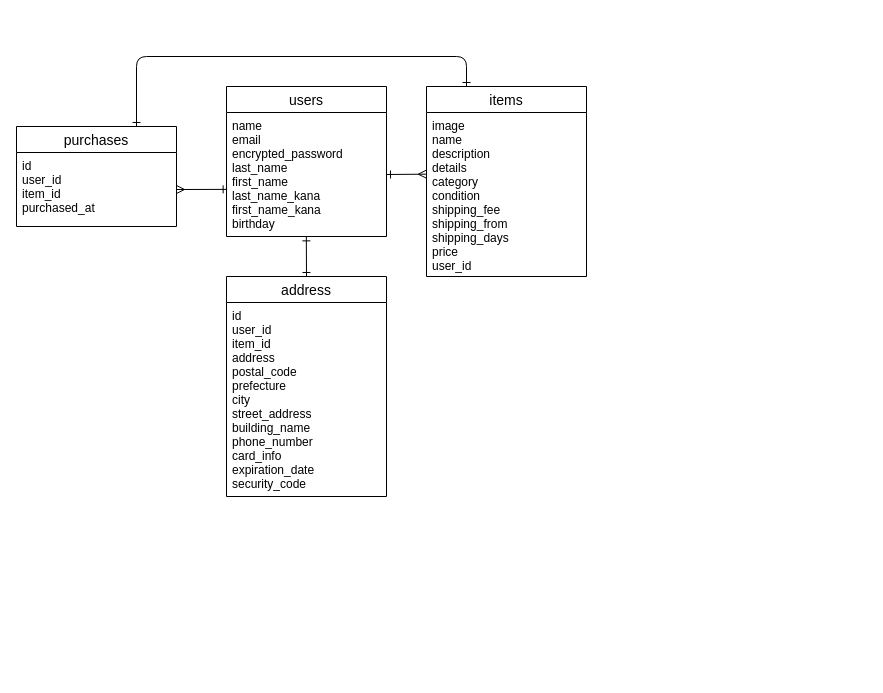
This is test.dio from sakimomo/furima-39901, a draw.io file, before an edit. Source tidied: cells renumbered, new cells numbered last; positions are measured from the earlier drawing's top-left corner, leaving out a move shared by most shapes. Both pictures are drawn from the tidied source at 100%, with x=0, y=0 at pixel (16, 56).
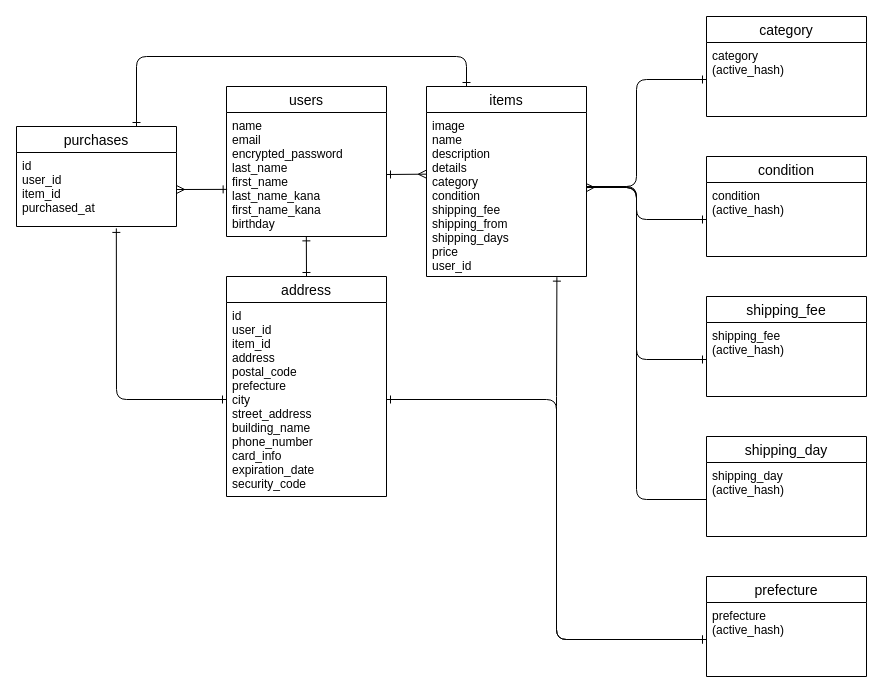
The same diagram, later.

Unchanged cells that the change refers to:
```xml
<mxCell id="5" value="image&#10;name&#10;description&#10;details&#10;category&#10;condition&#10;shipping_fee&#10;shipping_from&#10;shipping_days&#10;price&#10;user_id&#10;" style="text;strokeColor=none;fillColor=none;spacingLeft=4;spacingRight=4;overflow=hidden;points=[[0,0.5],[1,0.5]];portConstraint=eastwest;fontSize=12;" parent="4" vertex="1">
  <mxGeometry y="26" width="160" height="164" as="geometry" />
</mxCell>
<mxCell id="8" value="id&#10;user_id&#10;item_id&#10;purchased_at&#10;&#10;" style="text;strokeColor=none;fillColor=none;spacingLeft=4;spacingRight=4;overflow=hidden;points=[[0,0.5],[1,0.5]];portConstraint=eastwest;fontSize=12;" parent="7" vertex="1">
  <mxGeometry y="26" width="160" height="74" as="geometry" />
</mxCell>
<mxCell id="11" value="id&#10;user_id&#10;item_id&#10;address&#10;postal_code&#10;prefecture&#10;city&#10;street_address&#10;building_name&#10;phone_number&#10;card_info&#10;expiration_date&#10;security_code" style="text;strokeColor=none;fillColor=none;spacingLeft=4;spacingRight=4;overflow=hidden;points=[[0,0.5],[1,0.5]];portConstraint=eastwest;fontSize=12;" parent="10" vertex="1">
  <mxGeometry y="26" width="160" height="194" as="geometry" />
</mxCell>
```

The edit, as a diff of the source:
```diff
@@
+    <mxCell id="14" value="shipping_fee" style="swimlane;fontStyle=0;horizontal=1;startSize=26;align=center;fontSize=14;" parent="1" vertex="1">
+      <mxGeometry x="690" y="240" width="160" height="100" as="geometry" />
+    </mxCell>
+    <mxCell id="15" value="shipping_fee&#10;(active_hash)" style="text;strokeColor=none;fillColor=none;spacingLeft=4;spacingRight=4;overflow=hidden;points=[[0,0.5],[1,0.5]];portConstraint=eastwest;fontSize=12;" parent="14" vertex="1">
+      <mxGeometry y="26" width="160" height="74" as="geometry" />
+    </mxCell>
+    <mxCell id="16" value="condition" style="swimlane;fontStyle=0;horizontal=1;startSize=26;align=center;fontSize=14;" parent="1" vertex="1">
+      <mxGeometry x="690" y="100" width="160" height="100" as="geometry" />
+    </mxCell>
+    <mxCell id="17" value="condition&#10;(active_hash)" style="text;strokeColor=none;fillColor=none;spacingLeft=4;spacingRight=4;overflow=hidden;points=[[0,0.5],[1,0.5]];portConstraint=eastwest;fontSize=12;" parent="16" vertex="1">
+      <mxGeometry y="26" width="160" height="74" as="geometry" />
+    </mxCell>
+    <mxCell id="18" value="shipping_day" style="swimlane;fontStyle=0;horizontal=1;startSize=26;align=center;fontSize=14;" parent="1" vertex="1">
+      <mxGeometry x="690" y="380" width="160" height="100" as="geometry" />
+    </mxCell>
+    <mxCell id="19" value="shipping_day&#10;(active_hash)&#10;" style="text;strokeColor=none;fillColor=none;spacingLeft=4;spacingRight=4;overflow=hidden;points=[[0,0.5],[1,0.5]];portConstraint=eastwest;fontSize=12;" parent="18" vertex="1">
+      <mxGeometry y="26" width="160" height="74" as="geometry" />
+    </mxCell>
+    <mxCell id="20" value="prefecture" style="swimlane;fontStyle=0;horizontal=1;startSize=26;align=center;fontSize=14;" parent="1" vertex="1">
+      <mxGeometry x="690" y="520" width="160" height="100" as="geometry" />
+    </mxCell>
+    <mxCell id="21" value="prefecture&#10;(active_hash)" style="text;strokeColor=none;fillColor=none;spacingLeft=4;spacingRight=4;overflow=hidden;points=[[0,0.5],[1,0.5]];portConstraint=eastwest;fontSize=12;" parent="20" vertex="1">
+      <mxGeometry y="26" width="160" height="74" as="geometry" />
+    </mxCell>
+    <mxCell id="22" value="category" style="swimlane;fontStyle=0;horizontal=1;startSize=26;align=center;fontSize=14;" parent="1" vertex="1">
+      <mxGeometry x="690" y="-40" width="160" height="100" as="geometry" />
+    </mxCell>
+    <mxCell id="23" value="category&#10;(active_hash)" style="text;strokeColor=none;fillColor=none;spacingLeft=4;spacingRight=4;overflow=hidden;points=[[0,0.5],[1,0.5]];portConstraint=eastwest;fontSize=12;" parent="22" vertex="1">
+      <mxGeometry y="26" width="160" height="74" as="geometry" />
+    </mxCell>
+    <mxCell id="24" style="edgeStyle=none;sketch=0;html=1;exitX=0;exitY=0.5;exitDx=0;exitDy=0;entryX=0.624;entryY=1.026;entryDx=0;entryDy=0;entryPerimeter=0;strokeColor=default;fontColor=default;startArrow=ERone;startFill=0;endArrow=ERone;endFill=0;" parent="1" edge="1" source="11" target="8">
+      <mxGeometry relative="1" as="geometry">
+        <Array as="points">
+          <mxPoint x="100" y="343" />
+        </Array>
+      </mxGeometry>
+    </mxCell>
+    <mxCell id="25" style="edgeStyle=none;sketch=0;html=1;exitX=1;exitY=0.5;exitDx=0;exitDy=0;entryX=0;entryY=0.5;entryDx=0;entryDy=0;strokeColor=default;fontColor=default;startArrow=ERone;startFill=0;endArrow=ERone;endFill=0;" parent="1" edge="1" source="11" target="21">
+      <mxGeometry relative="1" as="geometry">
+        <Array as="points">
+          <mxPoint x="540" y="343" />
+          <mxPoint x="540" y="583" />
+        </Array>
+      </mxGeometry>
+    </mxCell>
+    <mxCell id="26" style="edgeStyle=none;sketch=0;html=1;exitX=0;exitY=0.5;exitDx=0;exitDy=0;entryX=0.815;entryY=1.004;entryDx=0;entryDy=0;entryPerimeter=0;strokeColor=default;fontColor=default;startArrow=ERone;startFill=0;endArrow=ERone;endFill=0;" parent="1" edge="1" source="21" target="5">
+      <mxGeometry relative="1" as="geometry">
+        <Array as="points">
+          <mxPoint x="540" y="583" />
+          <mxPoint x="540" y="350" />
+        </Array>
+      </mxGeometry>
+    </mxCell>
+    <mxCell id="27" style="edgeStyle=none;sketch=0;html=1;exitX=0;exitY=0.5;exitDx=0;exitDy=0;strokeColor=default;fontColor=default;startArrow=ERone;startFill=0;endArrow=none;endFill=0;" parent="1" edge="1" source="23">
+      <mxGeometry relative="1" as="geometry">
+        <mxPoint x="570" y="130" as="targetPoint" />
+        <Array as="points">
+          <mxPoint x="620" y="23" />
+          <mxPoint x="620" y="130" />
+        </Array>
+      </mxGeometry>
+    </mxCell>
+    <mxCell id="28" style="edgeStyle=none;sketch=0;html=1;exitX=0;exitY=0.5;exitDx=0;exitDy=0;entryX=1.009;entryY=0.457;entryDx=0;entryDy=0;entryPerimeter=0;strokeColor=default;fontColor=default;startArrow=ERone;startFill=0;endArrow=none;endFill=0;" parent="1" edge="1" source="17" target="5">
+      <mxGeometry relative="1" as="geometry">
+        <Array as="points">
+          <mxPoint x="620" y="163" />
+          <mxPoint x="620" y="131" />
+        </Array>
+      </mxGeometry>
+    </mxCell>
+    <mxCell id="29" style="edgeStyle=none;sketch=0;html=1;exitX=0;exitY=0.5;exitDx=0;exitDy=0;entryX=0.999;entryY=0.456;entryDx=0;entryDy=0;entryPerimeter=0;strokeColor=default;fontColor=default;startArrow=ERone;startFill=0;endArrow=none;endFill=0;" parent="1" edge="1" source="15" target="5">
+      <mxGeometry relative="1" as="geometry">
+        <Array as="points">
+          <mxPoint x="620" y="303" />
+          <mxPoint x="620" y="130" />
+        </Array>
+      </mxGeometry>
+    </mxCell>
+    <mxCell id="30" style="edgeStyle=none;sketch=0;html=1;exitX=0;exitY=0.5;exitDx=0;exitDy=0;entryX=0.999;entryY=0.458;entryDx=0;entryDy=0;entryPerimeter=0;strokeColor=default;fontColor=default;startArrow=none;startFill=0;endArrow=ERmany;endFill=0;" parent="1" edge="1" source="19" target="5">
+      <mxGeometry relative="1" as="geometry">
+        <Array as="points">
+          <mxPoint x="620" y="443" />
+          <mxPoint x="620" y="132" />
+          <mxPoint x="600" y="130" />
+        </Array>
+      </mxGeometry>
+    </mxCell>
```
